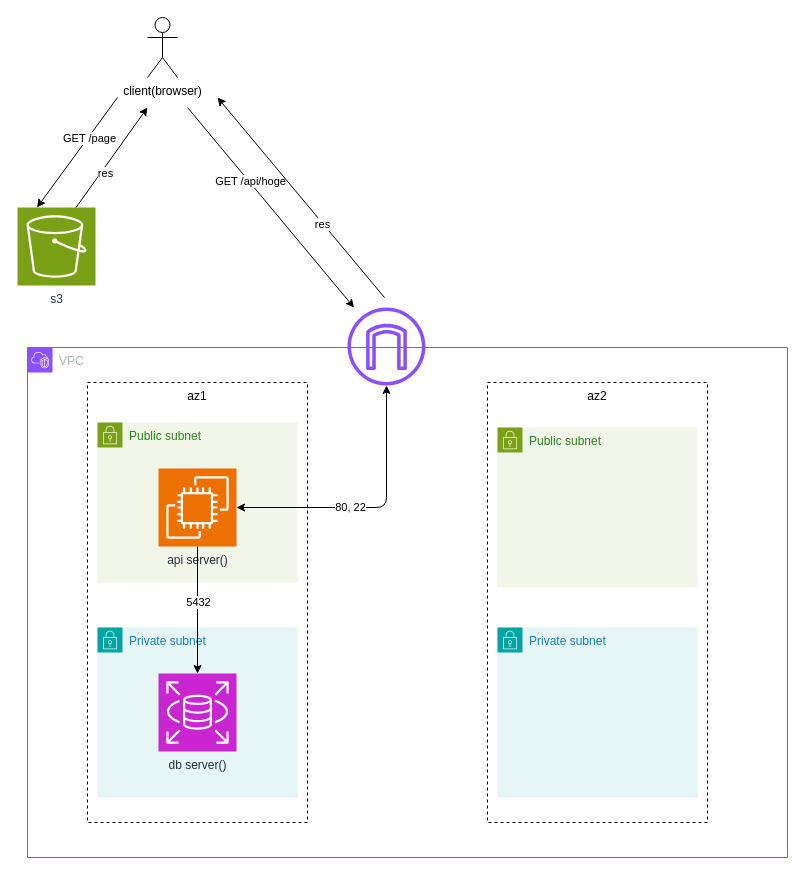
This is aws.drawio from ChaSaji/aws-learn, a draw.io file, before an edit. Source tidied: cells renumbered, new cells numbered last; positions are measured from the earlier drawing's top-left corner, leaving out a move shared by most shapes. Both pictures are drawn from the tidied source at 100%, with x=0, y=0 at pixel (17, 17).
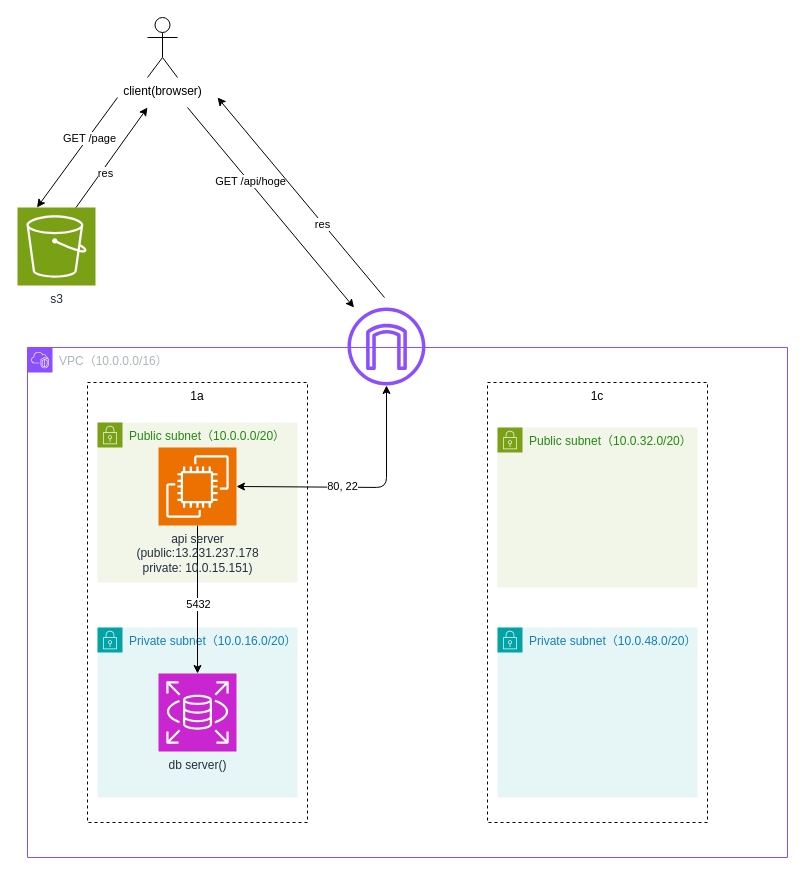
Above is the later version.

Commit message:
add: 構築したipアドレスの書き込み

Unchanged cells that the change refers to:
```xml
<mxCell id="11" style="sketch=0;outlineConnect=0;fontColor=#232F3E;gradientColor=none;fillColor=#8C4FFF;strokeColor=none;dashed=0;verticalLabelPosition=bottom;verticalAlign=top;align=center;html=1;fontSize=12;fontStyle=0;shape=mxgraph.aws4.internet_gateway;" parent="2" vertex="1">
  <mxGeometry x="320" y="-40" width="78" height="78" as="geometry" />
</mxCell>
<mxCell id="12" style="endArrow=classic;html=1;exitX=0.5;exitY=1;exitDx=0;exitDy=0;exitPerimeter=0;" parent="2" edge="1" source="6" target="8">
  <mxGeometry relative="1" as="geometry" />
</mxCell>
```

What changed in the source:
```diff
@@
-    <mxCell id="2" value="VPC" style="gradientColor=none;html=1;whiteSpace=wrap;fontSize=12;fontStyle=0;shape=mxgraph.aws4.group;grIcon=mxgraph.aws4.group_vpc2;strokeColor=#8C4FFF;fillColor=none;verticalAlign=top;align=left;spacingLeft=30;fontColor=#AAB7B8;dashed=0;" parent="1" vertex="1">
+    <mxCell id="2" value="VPC（10.0.0.0/16）" style="gradientColor=none;html=1;whiteSpace=wrap;fontSize=12;fontStyle=0;shape=mxgraph.aws4.group;grIcon=mxgraph.aws4.group_vpc2;strokeColor=#8C4FFF;fillColor=none;verticalAlign=top;align=left;spacingLeft=30;fontColor=#AAB7B8;dashed=0;" parent="1" vertex="1">
       <mxGeometry x="10" y="330" width="760" height="510" as="geometry" />
     </mxCell>
-    <mxCell id="3" value="az1" style="rounded=0;whiteSpace=wrap;html=1;dashed=1;fillColor=none;verticalAlign=top;" parent="2" vertex="1">
+    <mxCell id="3" value="1a" style="rounded=0;whiteSpace=wrap;html=1;dashed=1;fillColor=none;verticalAlign=top;" parent="2" vertex="1">
       <mxGeometry x="60" y="35" width="220" height="440" as="geometry" />
     </mxCell>
-    <mxCell id="4" value="az2" style="rounded=0;whiteSpace=wrap;html=1;dashed=1;fillColor=none;verticalAlign=top;" parent="2" vertex="1">
+    <mxCell id="4" value="1c" style="rounded=0;whiteSpace=wrap;html=1;dashed=1;fillColor=none;verticalAlign=top;" parent="2" vertex="1">
       <mxGeometry x="460" y="35" width="220" height="440" as="geometry" />
     </mxCell>
-    <mxCell id="5" value="Public subnet" style="gradientColor=none;html=1;whiteSpace=wrap;fontSize=12;fontStyle=0;shape=mxgraph.aws4.group;grIcon=mxgraph.aws4.group_security_group;grStroke=0;strokeColor=#7AA116;fillColor=#F2F6E8;verticalAlign=top;align=left;spacingLeft=30;fontColor=#248814;dashed=0;" parent="2" vertex="1">
+    <mxCell id="5" value="Public subnet（10.0.0.0/20）" style="gradientColor=none;html=1;whiteSpace=wrap;fontSize=12;fontStyle=0;shape=mxgraph.aws4.group;grIcon=mxgraph.aws4.group_security_group;grStroke=0;strokeColor=#7AA116;fillColor=#F2F6E8;verticalAlign=top;align=left;spacingLeft=30;fontColor=#248814;dashed=0;" parent="2" vertex="1">
       <mxGeometry x="70" y="75" width="200" height="160" as="geometry" />
     </mxCell>
-    <mxCell id="6" value="api server()" style="sketch=0;points=[[0,0,0],[0.25,0,0],[0.5,0,0],[0.75,0,0],[1,0,0],[0,1,0],[0.25,1,0],[0.5,1,0],[0.75,1,0],[1,1,0],[0,0.25,0],[0,0.5,0],[0,0.75,0],[1,0.25,0],[1,0.5,0],[1,0.75,0]];outlineConnect=0;fontColor=#232F3E;fillColor=#ED7100;strokeColor=#ffffff;dashed=0;verticalLabelPosition=bottom;verticalAlign=top;align=center;html=1;fontSize=12;fontStyle=0;shape=mxgraph.aws4.resourceIcon;resIcon=mxgraph.aws4.ec2;" parent="5" vertex="1">
-      <mxGeometry x="61" y="46" width="78" height="78" as="geometry" />
-    </mxCell>
-    <mxCell id="7" value="Private subnet" style="gradientColor=none;html=1;whiteSpace=wrap;fontSize=12;fontStyle=0;shape=mxgraph.aws4.group;grIcon=mxgraph.aws4.group_security_group;grStroke=0;strokeColor=#00A4A6;fillColor=#E6F6F7;verticalAlign=top;align=left;spacingLeft=30;fontColor=#147EBA;dashed=0;" parent="2" vertex="1">
+    <mxCell id="7" value="Private subnet（10.0.16.0/20）" style="gradientColor=none;html=1;whiteSpace=wrap;fontSize=12;fontStyle=0;shape=mxgraph.aws4.group;grIcon=mxgraph.aws4.group_security_group;grStroke=0;strokeColor=#00A4A6;fillColor=#E6F6F7;verticalAlign=top;align=left;spacingLeft=30;fontColor=#147EBA;dashed=0;" parent="2" vertex="1">
       <mxGeometry x="70" y="280" width="200" height="170" as="geometry" />
     </mxCell>
@@
-    <mxCell id="9" value="Public subnet" style="gradientColor=none;html=1;whiteSpace=wrap;fontSize=12;fontStyle=0;shape=mxgraph.aws4.group;grIcon=mxgraph.aws4.group_security_group;grStroke=0;strokeColor=#7AA116;fillColor=#F2F6E8;verticalAlign=top;align=left;spacingLeft=30;fontColor=#248814;dashed=0;" parent="2" vertex="1">
+    <mxCell id="9" value="Public subnet（10.0.32.0/20）" style="gradientColor=none;html=1;whiteSpace=wrap;fontSize=12;fontStyle=0;shape=mxgraph.aws4.group;grIcon=mxgraph.aws4.group_security_group;grStroke=0;strokeColor=#7AA116;fillColor=#F2F6E8;verticalAlign=top;align=left;spacingLeft=30;fontColor=#248814;dashed=0;" parent="2" vertex="1">
       <mxGeometry x="470" y="80" width="200" height="160" as="geometry" />
     </mxCell>
-    <mxCell id="10" value="Private subnet" style="gradientColor=none;html=1;whiteSpace=wrap;fontSize=12;fontStyle=0;shape=mxgraph.aws4.group;grIcon=mxgraph.aws4.group_security_group;grStroke=0;strokeColor=#00A4A6;fillColor=#E6F6F7;verticalAlign=top;align=left;spacingLeft=30;fontColor=#147EBA;dashed=0;" parent="2" vertex="1">
+    <mxCell id="10" value="Private subnet（10.0.48.0/20）" style="gradientColor=none;html=1;whiteSpace=wrap;fontSize=12;fontStyle=0;shape=mxgraph.aws4.group;grIcon=mxgraph.aws4.group_security_group;grStroke=0;strokeColor=#00A4A6;fillColor=#E6F6F7;verticalAlign=top;align=left;spacingLeft=30;fontColor=#147EBA;dashed=0;" parent="2" vertex="1">
       <mxGeometry x="470" y="280" width="200" height="170" as="geometry" />
     </mxCell>
@@
     <mxCell id="13" value="5432" style="edgeLabel;html=1;align=center;verticalAlign=middle;" parent="12" vertex="1">
-      <mxGeometry x="-0.14" relative="1" as="geometry" />
+      <mxGeometry x="-0.14" relative="1" as="geometry">
+        <mxPoint y="14" as="offset" />
+      </mxGeometry>
     </mxCell>
     <mxCell id="14" style="endArrow=classic;startArrow=classic;html=1;exitX=1;exitY=0.5;exitDx=0;exitDy=0;exitPerimeter=0;" parent="2" edge="1" source="6" target="11">
       <mxGeometry relative="1" as="geometry">
         <Array as="points">
-          <mxPoint x="359" y="160" />
+          <mxPoint x="359" y="140" />
         </Array>
       </mxGeometry>
     </mxCell>
@@
+    <mxCell id="6" value="api server&lt;br&gt;(public:13.231.237.178&lt;div&gt;private: 10.0.15.151)&lt;/div&gt;" style="sketch=0;points=[[0,0,0],[0.25,0,0],[0.5,0,0],[0.75,0,0],[1,0,0],[0,1,0],[0.25,1,0],[0.5,1,0],[0.75,1,0],[1,1,0],[0,0.25,0],[0,0.5,0],[0,0.75,0],[1,0.25,0],[1,0.5,0],[1,0.75,0]];outlineConnect=0;fontColor=#232F3E;fillColor=#ED7100;strokeColor=#ffffff;dashed=0;verticalLabelPosition=bottom;verticalAlign=top;align=center;html=1;fontSize=12;fontStyle=0;shape=mxgraph.aws4.resourceIcon;resIcon=mxgraph.aws4.ec2;" parent="2" vertex="1">
+      <mxGeometry x="131" y="100" width="78" height="78" as="geometry" />
+    </mxCell>
```
